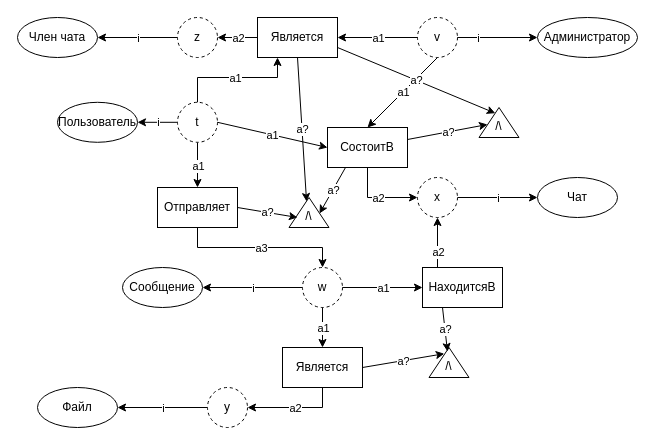
Before: Полная семантическая сеть.drawio in marsek4/database, a draw.io diagram. Source tidied: cells renumbered, new cells numbered last; positions are measured from the earlier drawing's top-left corner, leaving out a move shared by most shapes. Both pictures are drawn from the tidied source at 100%, with x=0, y=0 at pixel (17, 17).
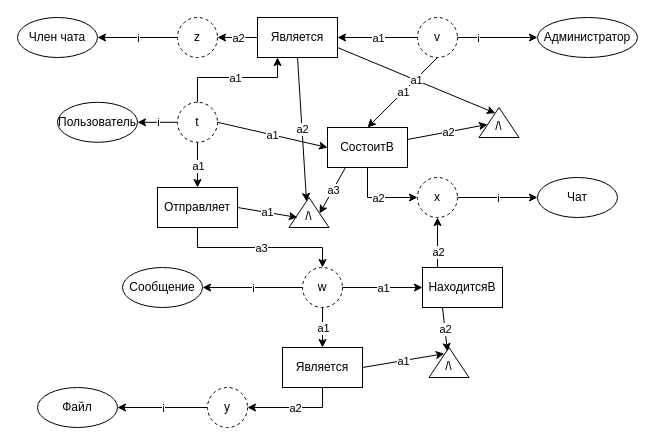
After the change.

The change refers to these unchanged cells:
```xml
<mxCell id="60" style="endArrow=classic;html=1;rounded=0;exitX=1;exitY=0.5;exitDx=0;exitDy=0;entryX=0.333;entryY=0.533;entryDx=0;entryDy=0;entryPerimeter=0;" parent="1" edge="1" source="31" target="54">
  <mxGeometry relative="1" as="geometry" />
</mxCell>
<mxCell id="62" style="endArrow=classic;html=1;rounded=0;entryX=1;entryY=0;entryDx=0;entryDy=0;exitX=0.5;exitY=1;exitDx=0;exitDy=0;" parent="1" edge="1">
  <mxGeometry relative="1" as="geometry">
    <mxPoint x="328" y="150" as="sourcePoint" />
    <mxPoint x="302" y="196" as="targetPoint" />
  </mxGeometry>
</mxCell>
<mxCell id="64" style="endArrow=classic;html=1;rounded=0;exitX=0.5;exitY=1;exitDx=0;exitDy=0;" parent="1" edge="1" source="55" target="54">
  <mxGeometry relative="1" as="geometry" />
</mxCell>
<mxCell id="71" style="endArrow=classic;html=1;rounded=0;exitX=1;exitY=0.5;exitDx=0;exitDy=0;entryX=0.333;entryY=0.533;entryDx=0;entryDy=0;entryPerimeter=0;" parent="1" edge="1">
  <mxGeometry relative="1" as="geometry">
    <mxPoint x="390" y="122" as="sourcePoint" />
    <mxPoint x="470" y="107" as="targetPoint" />
  </mxGeometry>
</mxCell>
<mxCell id="73" style="endArrow=classic;html=1;rounded=0;exitX=1;exitY=0.75;exitDx=0;exitDy=0;entryX=0.463;entryY=0.057;entryDx=0;entryDy=0;entryPerimeter=0;" parent="1" edge="1" source="55" target="70">
  <mxGeometry relative="1" as="geometry" />
</mxCell>
<mxCell id="80" style="endArrow=classic;html=1;rounded=0;exitX=1;exitY=0.5;exitDx=0;exitDy=0;entryX=0.446;entryY=0.073;entryDx=0;entryDy=0;entryPerimeter=0;" parent="1" edge="1" source="38" target="79">
  <mxGeometry relative="1" as="geometry" />
</mxCell>
<mxCell id="82" style="endArrow=classic;html=1;rounded=0;exitX=0.25;exitY=1;exitDx=0;exitDy=0;entryX=0.5;entryY=0;entryDx=0;entryDy=0;" parent="1" edge="1" source="41" target="79">
  <mxGeometry relative="1" as="geometry" />
</mxCell>
```

Diff of the diagram source:
```diff
@@
-    <mxCell id="61" value="a?" style="edgeLabel;html=1;align=center;verticalAlign=middle;" parent="60" vertex="1">
+    <mxCell id="61" value="a1" style="edgeLabel;html=1;align=center;verticalAlign=middle;" parent="60" vertex="1">
       <mxGeometry relative="1" as="geometry" />
     </mxCell>
@@
-    <mxCell id="63" value="a?" style="edgeLabel;html=1;align=center;verticalAlign=middle;" parent="62" vertex="1">
+    <mxCell id="63" value="a3" style="edgeLabel;html=1;align=center;verticalAlign=middle;" parent="62" vertex="1">
       <mxGeometry relative="1" as="geometry" />
     </mxCell>
@@
-    <mxCell id="65" value="a?" style="edgeLabel;html=1;align=center;verticalAlign=middle;" parent="64" vertex="1">
+    <mxCell id="65" value="a2" style="edgeLabel;html=1;align=center;verticalAlign=middle;" parent="64" vertex="1">
       <mxGeometry relative="1" as="geometry" />
     </mxCell>
@@
-    <mxCell id="72" value="a?" style="edgeLabel;html=1;align=center;verticalAlign=middle;" parent="71" vertex="1">
+    <mxCell id="72" value="a2" style="edgeLabel;html=1;align=center;verticalAlign=middle;" parent="71" vertex="1">
       <mxGeometry relative="1" as="geometry" />
     </mxCell>
@@
-    <mxCell id="74" value="a?" style="edgeLabel;html=1;align=center;verticalAlign=middle;" parent="73" vertex="1">
+    <mxCell id="74" value="a1" style="edgeLabel;html=1;align=center;verticalAlign=middle;" parent="73" vertex="1">
       <mxGeometry relative="1" as="geometry" />
     </mxCell>
@@
-    <mxCell id="81" value="a?" style="edgeLabel;html=1;align=center;verticalAlign=middle;" parent="80" vertex="1">
+    <mxCell id="81" value="a1" style="edgeLabel;html=1;align=center;verticalAlign=middle;" parent="80" vertex="1">
       <mxGeometry relative="1" as="geometry" />
     </mxCell>
@@
-    <mxCell id="83" value="a?" style="edgeLabel;html=1;align=center;verticalAlign=middle;" parent="82" vertex="1">
+    <mxCell id="83" value="a2" style="edgeLabel;html=1;align=center;verticalAlign=middle;" parent="82" vertex="1">
       <mxGeometry relative="1" as="geometry" />
     </mxCell>
```
